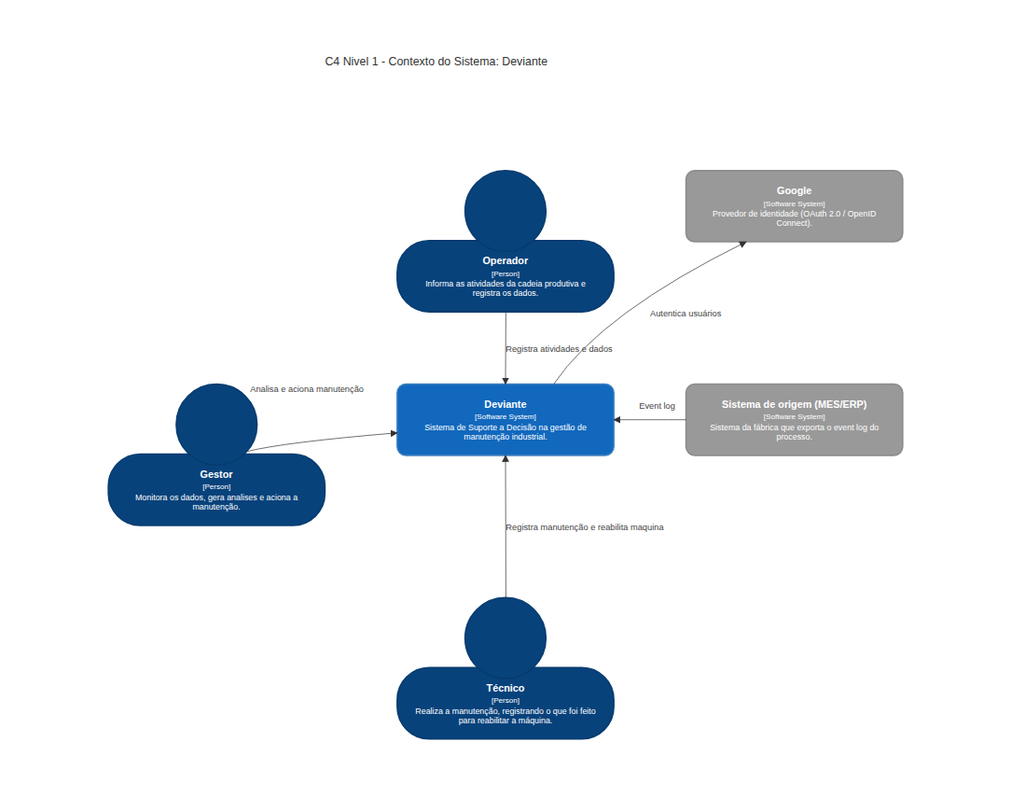
Earlier version of the Mermaid export architecture/c4/level 1.png (aland3r/deviante-docs). Its source is kept beside it as architecture/c4/level 1.mmd.
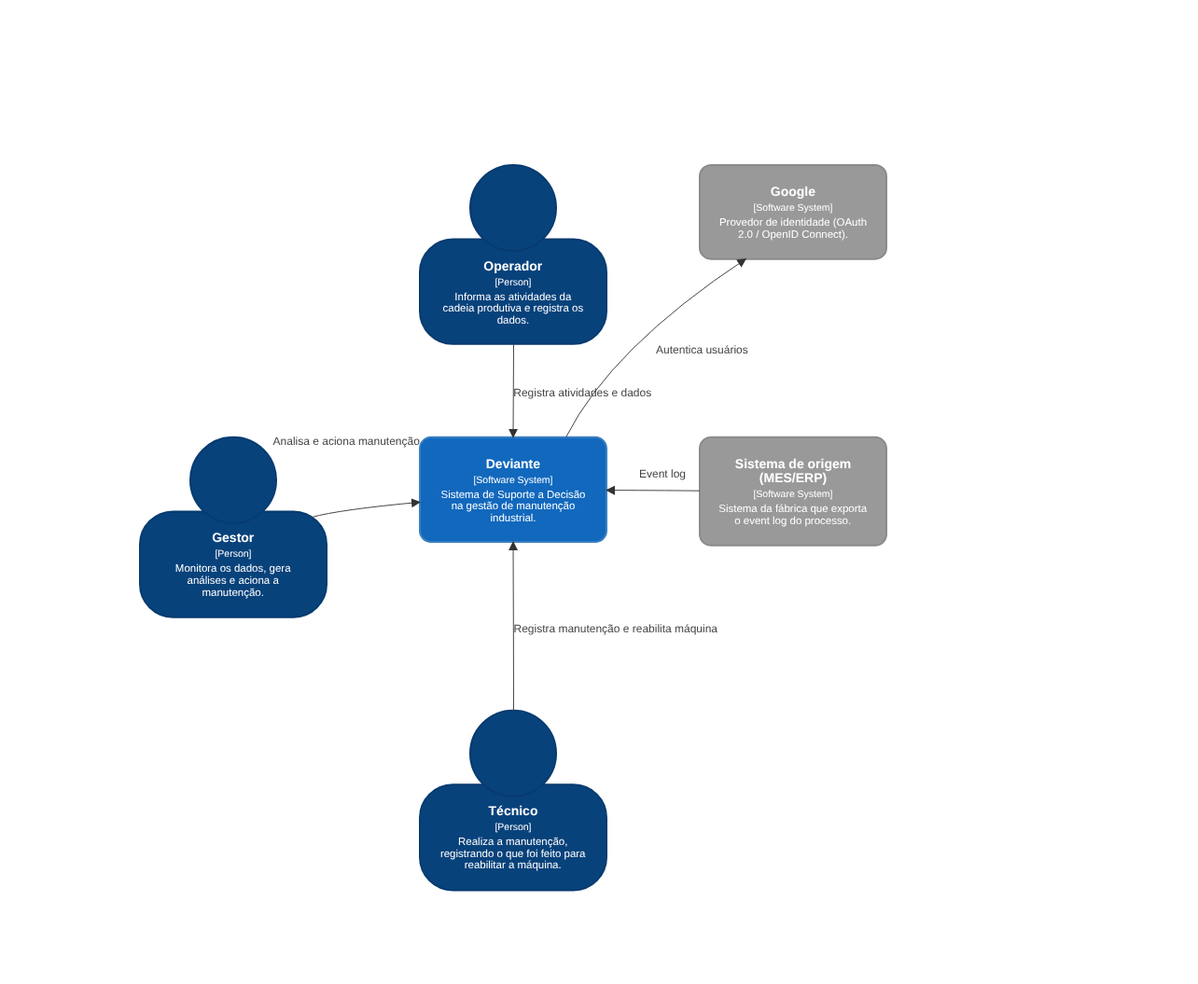
Above is the later version.

Diff of the diagram source:
```diff
@@ -1,11 +1,10 @@
-%%{init: {"c4": {"width": 300}}}%%
+%%{init: {"wrap": true, "c4": {"width": 200, "wrap": true}}}%%
 C4Context
-    title C4 Nivel 1 - Contexto do Sistema: Deviante
 
     System(e1, " ", " ")
     Person(operador, "Operador", "Informa as atividades da cadeia produtiva e registra os dados.")
     System_Ext(google, "Google", "Provedor de identidade (OAuth 2.0 / OpenID Connect).")
-    Person(gestor, "Gestor", "Monitora os dados, gera analises e aciona a manutenção.")
+    Person(gestor, "Gestor", "Monitora os dados, gera análises e aciona a manutenção.")
     System(deviante, "Deviante", "Sistema de Suporte a Decisão na gestão de manutenção industrial.")
     System_Ext(mes, "Sistema de origem (MES/ERP)", "Sistema da fábrica que exporta o event log do processo.")
     System(e4, " ", " ")
@@ -14,7 +13,7 @@
 
     Rel(operador, deviante, "Registra atividades e dados")
     Rel(gestor, deviante, "Analisa e aciona manutenção")
-    Rel(tecnico, deviante, "Registra manutenção e reabilita maquina")
+    Rel(tecnico, deviante, "Registra manutenção e reabilita máquina")
     Rel(mes, deviante, "Event log")
     Rel(deviante, google, "Autentica usuários")
 
```
